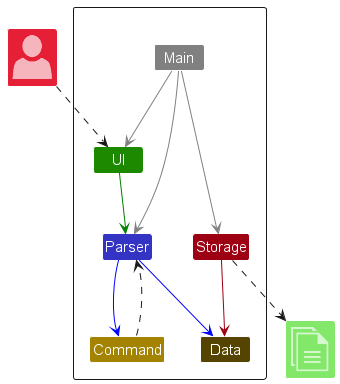
Before: docs/images/ArchitectureDiagram.png, a diagram exported from PlantUML (yingx9/tp).
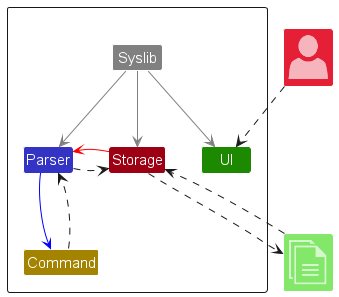
After the commit.

Commit message:
Add Component Diagram to Developer's Guide and update explanations

The edit, as a diff of the source:
```diff
@@ -8,9 +8,8 @@
     Class UI UI_COLOR
     Class Parser PARSER_COLOR
     Class Command COMMAND_COLOR
-    Class Main #grey
+    Class Syslib #grey
     Class Storage STORAGE_COLOR
-    Class Data DATA_COLOR
 }
 
 Class "<$user>" as User STORAGE_COLOR_T2
@@ -18,19 +17,18 @@
 
 User ..> UI
 
-Main -[#grey]-> UI
-Main -[#grey]-> Parser
-UI -[#green]->Parser
+Syslib -[#grey]-> UI
+Syslib -[#grey]-> Parser
 
-Main -[#grey]-> Storage
+
+Syslib -[#grey]-> Storage
 
 Parser -[#blue]-> Command
-
+Parser ..>Storage
 Command ..>Parser
 
-Parser -[#blue]-> Data
+Storage -[#red]>Parser
 
-Storage -[STORAGE_COLOR]->Data
 Storage ..>File
-
+File ..>Storage
 @enduml
```
